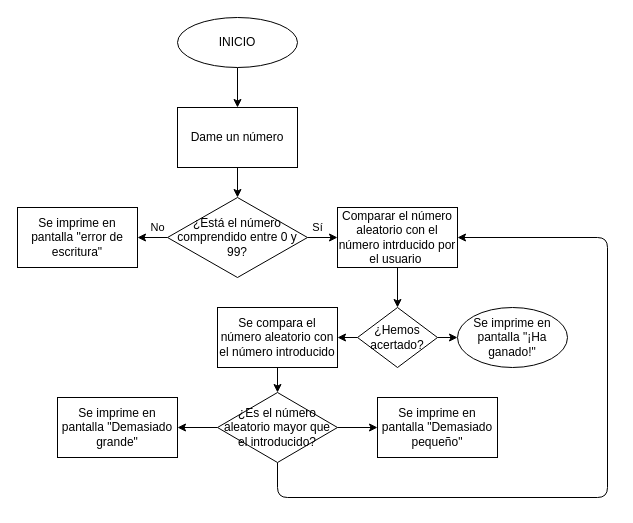
The draw.io diagram dibujo.drawio in davidruiiz/Adivina-un-n-mero, before the edit. Source tidied: cells renumbered, new cells numbered last; positions are measured from the earlier drawing's top-left corner, leaving out a move shared by most shapes. Both pictures are drawn from the tidied source at 100%, with x=0, y=0 at pixel (17, 17).
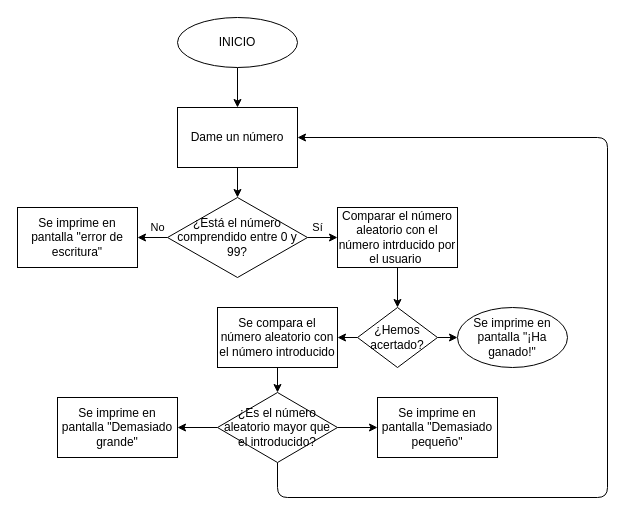
The same page after the edit.

The change refers to these unchanged cells:
```xml
<mxCell id="8" value="Comparar el número aleatorio con el número intrducido por el usuario&amp;nbsp;" style="whiteSpace=wrap;html=1;" parent="1" vertex="1">
  <mxGeometry x="320" y="190" width="120" height="60" as="geometry" />
</mxCell>
<mxCell id="11" value="Dame un número" style="whiteSpace=wrap;html=1;" parent="1" vertex="1">
  <mxGeometry x="160" y="90" width="120" height="60" as="geometry" />
</mxCell>
<mxCell id="20" value="¿Es el número aleatorio mayor que el introducido?" style="rhombus;whiteSpace=wrap;html=1;" parent="1" vertex="1">
  <mxGeometry x="200" y="375" width="120" height="70" as="geometry" />
</mxCell>
```

Change to the diagram source:
```diff
@@
-    <mxCell id="19" style="edgeStyle=none;html=1;exitX=0.5;exitY=1;exitDx=0;exitDy=0;entryX=1;entryY=0.5;entryDx=0;entryDy=0;" parent="1" edge="1" source="20" target="8">
+    <mxCell id="19" style="edgeStyle=none;html=1;exitX=0.5;exitY=1;exitDx=0;exitDy=0;entryX=1;entryY=0.5;entryDx=0;entryDy=0;" parent="1" edge="1" source="20" target="11">
       <mxGeometry relative="1" as="geometry">
         <Array as="points">
           <mxPoint x="260" y="480" />
           <mxPoint x="590" y="480" />
-          <mxPoint x="590" y="220" />
+          <mxPoint x="590" y="120" />
         </Array>
       </mxGeometry>
     </mxCell>
```
